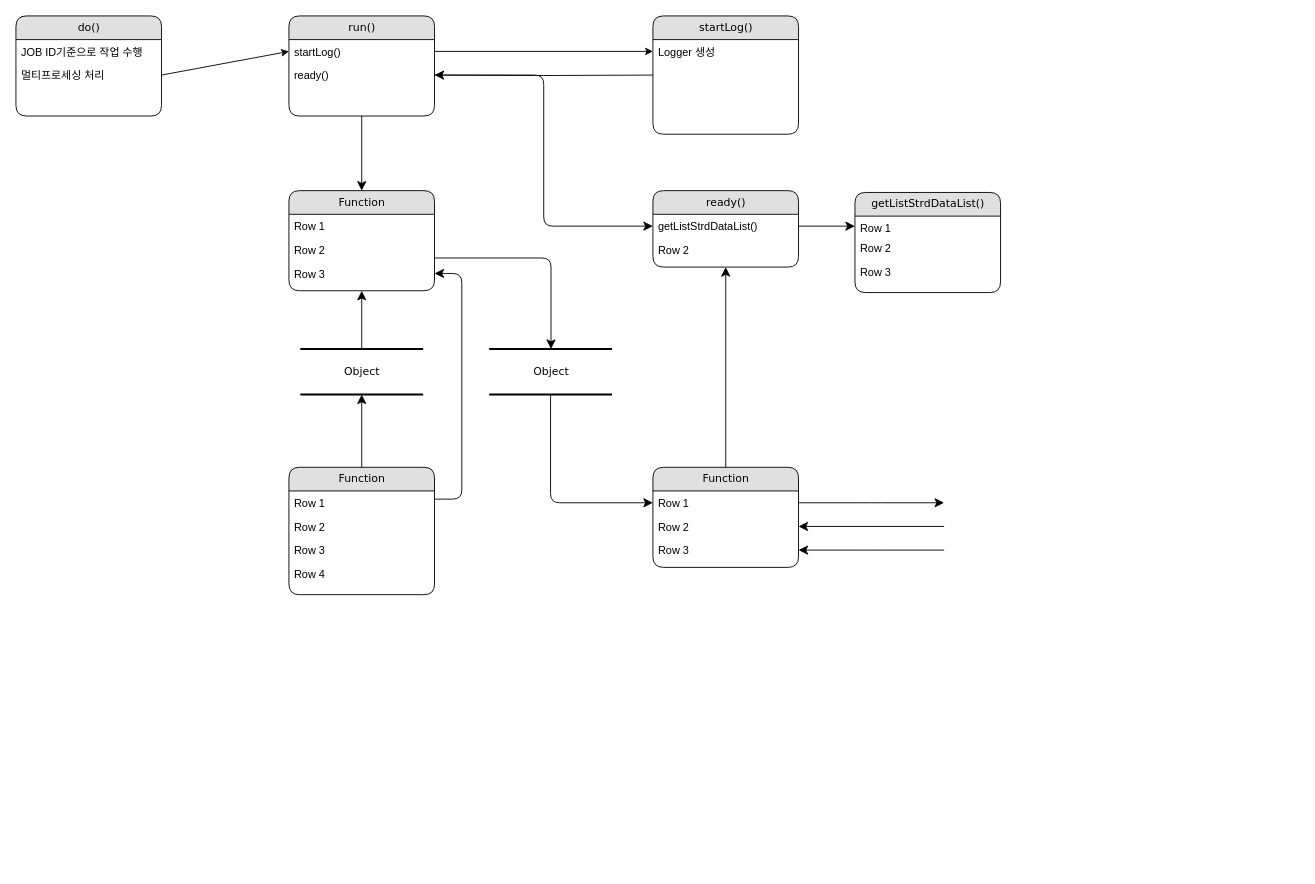
Above: 31.분석/3111.프로세스흐름도/Untitled Diagram.drawio in repproject/rep (draw.io), before the change. Source tidied: cells renumbered, new cells numbered last; positions are measured from the earlier drawing's top-left corner, leaving out a move shared by most shapes. Both pictures are drawn from the tidied source at 91%, with x=0, y=0 at pixel (15, 15).
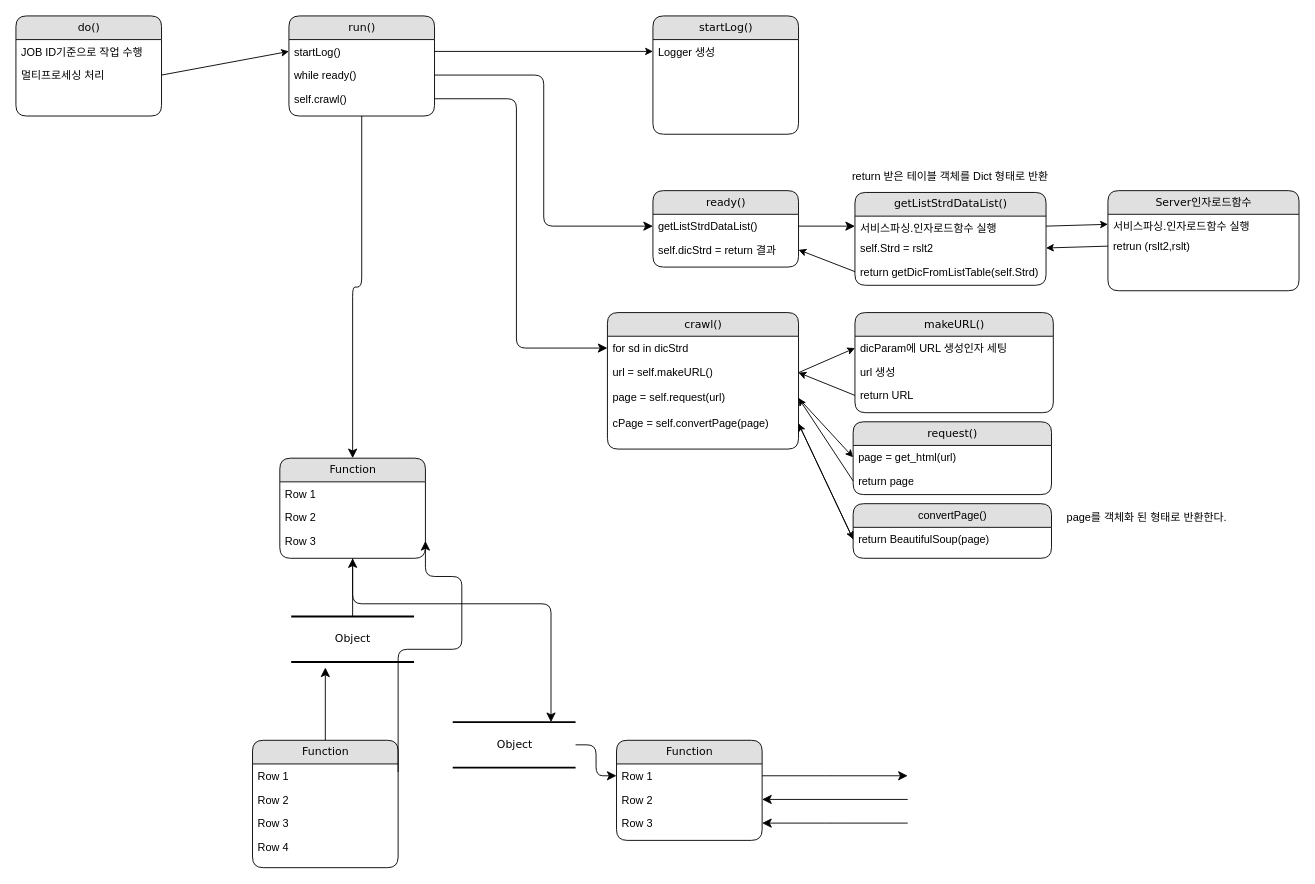
After the change.

Unchanged cells that the change refers to:
```xml
<mxCell id="3" value="run()" style="swimlane;html=1;fontStyle=0;horizontal=1;startSize=26;fillColor=#e0e0e0;swimlaneFillColor=#ffffff;align=center;rounded=1;shadow=0;comic=0;labelBackgroundColor=none;strokeWidth=1;fontFamily=Verdana;fontSize=12;" parent="1" vertex="1">
  <mxGeometry x="300" width="160" height="110" as="geometry" />
</mxCell>
<mxCell id="11" value="Row 3" style="text;html=1;strokeColor=none;fillColor=none;spacingLeft=4;spacingRight=4;whiteSpace=wrap;overflow=hidden;points=[[0,0.5],[1,0.5]];portConstraint=eastwest;" parent="8" vertex="1">
  <mxGeometry y="78" width="160" height="26" as="geometry" />
</mxCell>
<mxCell id="17" value="ready()" style="swimlane;html=1;fontStyle=0;horizontal=1;startSize=26;fillColor=#e0e0e0;swimlaneFillColor=#ffffff;align=center;rounded=1;shadow=0;comic=0;labelBackgroundColor=none;strokeWidth=1;fontFamily=Verdana;fontSize=12;" parent="1" vertex="1">
  <mxGeometry x="700" y="192" width="160" height="84" as="geometry" />
</mxCell>
<mxCell id="21" value="Row 1" style="text;html=1;strokeColor=none;fillColor=none;spacingLeft=4;spacingRight=4;whiteSpace=wrap;overflow=hidden;points=[[0,0.5],[1,0.5]];portConstraint=eastwest;" parent="20" vertex="1">
  <mxGeometry y="26" width="160" height="26" as="geometry" />
</mxCell>
<mxCell id="22" value="Row 2" style="text;html=1;strokeColor=none;fillColor=none;spacingLeft=4;spacingRight=4;whiteSpace=wrap;overflow=hidden;points=[[0,0.5],[1,0.5]];portConstraint=eastwest;" parent="20" vertex="1">
  <mxGeometry y="52" width="160" height="26" as="geometry" />
</mxCell>
<mxCell id="23" value="Row 3" style="text;html=1;strokeColor=none;fillColor=none;spacingLeft=4;spacingRight=4;whiteSpace=wrap;overflow=hidden;points=[[0,0.5],[1,0.5]];portConstraint=eastwest;" parent="20" vertex="1">
  <mxGeometry y="78" width="160" height="26" as="geometry" />
</mxCell>
```

What changed in the source:
```diff
@@
     <mxCell id="2" value="Object" style="html=1;rounded=0;shadow=0;comic=0;labelBackgroundColor=none;strokeWidth=2;fontFamily=Verdana;fontSize=12;align=center;shape=mxgraph.ios7ui.horLines;" parent="1" vertex="1">
-      <mxGeometry x="312.5" y="366" width="135" height="50" as="geometry" />
+      <mxGeometry x="302.5" y="660" width="135" height="50" as="geometry" />
     </mxCell>
@@
-    <mxCell id="5" value="ready()" style="text;html=1;strokeColor=none;fillColor=none;spacingLeft=4;spacingRight=4;whiteSpace=wrap;overflow=hidden;points=[[0,0.5],[1,0.5]];portConstraint=eastwest;" parent="3" vertex="1">
+    <mxCell id="5" value="while ready()" style="text;html=1;strokeColor=none;fillColor=none;spacingLeft=4;spacingRight=4;whiteSpace=wrap;overflow=hidden;points=[[0,0.5],[1,0.5]];portConstraint=eastwest;" parent="3" vertex="1">
       <mxGeometry y="52" width="160" height="26" as="geometry" />
     </mxCell>
+    <mxCell id="47" value="self.crawl()" style="text;html=1;strokeColor=none;fillColor=none;spacingLeft=4;spacingRight=4;whiteSpace=wrap;overflow=hidden;points=[[0,0.5],[1,0.5]];portConstraint=eastwest;" parent="3" vertex="1">
+      <mxGeometry y="78" width="160" height="26" as="geometry" />
+    </mxCell>
@@
     <mxCell id="8" value="Function" style="swimlane;html=1;fontStyle=0;horizontal=1;startSize=26;fillColor=#e0e0e0;swimlaneFillColor=#ffffff;align=center;rounded=1;shadow=0;comic=0;labelBackgroundColor=none;strokeWidth=1;fontFamily=Verdana;fontSize=12;" parent="1" vertex="1">
-      <mxGeometry x="300" y="192" width="160" height="110" as="geometry" />
+      <mxGeometry x="290" y="486" width="160" height="110" as="geometry" />
     </mxCell>
@@
     <mxCell id="12" value="Function" style="swimlane;html=1;fontStyle=0;horizontal=1;startSize=26;fillColor=#e0e0e0;swimlaneFillColor=#ffffff;align=center;rounded=1;shadow=0;comic=0;labelBackgroundColor=none;strokeWidth=1;fontFamily=Verdana;fontSize=12;" parent="1" vertex="1">
-      <mxGeometry x="300" y="496" width="160" height="140" as="geometry" />
+      <mxGeometry x="260" y="796" width="160" height="140" as="geometry" />
     </mxCell>
@@
-    <mxCell id="19" value="Row 2" style="text;html=1;strokeColor=none;fillColor=none;spacingLeft=4;spacingRight=4;whiteSpace=wrap;overflow=hidden;points=[[0,0.5],[1,0.5]];portConstraint=eastwest;" parent="17" vertex="1">
+    <mxCell id="19" value="self.dicStrd = return 결과" style="text;html=1;strokeColor=none;fillColor=none;spacingLeft=4;spacingRight=4;whiteSpace=wrap;overflow=hidden;points=[[0,0.5],[1,0.5]];portConstraint=eastwest;" parent="17" vertex="1">
       <mxGeometry y="52" width="160" height="26" as="geometry" />
     </mxCell>
     <mxCell id="20" value="Function" style="swimlane;html=1;fontStyle=0;horizontal=1;startSize=26;fillColor=#e0e0e0;swimlaneFillColor=#ffffff;align=center;rounded=1;shadow=0;comic=0;labelBackgroundColor=none;strokeWidth=1;fontFamily=Verdana;fontSize=12;" parent="1" vertex="1">
-      <mxGeometry x="700" y="496" width="160" height="110" as="geometry" />
+      <mxGeometry x="660" y="796" width="160" height="110" as="geometry" />
     </mxCell>
@@
     <mxCell id="24" value="Object" style="html=1;rounded=0;shadow=0;comic=0;labelBackgroundColor=none;strokeWidth=2;fontFamily=Verdana;fontSize=12;align=center;shape=mxgraph.ios7ui.horLines;" parent="1" vertex="1">
-      <mxGeometry x="520" y="366" width="135" height="50" as="geometry" />
+      <mxGeometry x="480" y="776" width="135" height="50" as="geometry" />
     </mxCell>
-    <mxCell id="25" style="edgeStyle=none;html=1;labelBackgroundColor=none;startFill=0;startSize=8;endFill=1;endSize=8;fontFamily=Verdana;fontSize=12;" parent="1" edge="1" source="12" target="2">
-      <mxGeometry relative="1" as="geometry" />
+    <mxCell id="25" style="edgeStyle=none;html=1;labelBackgroundColor=none;startFill=0;startSize=8;endFill=1;endSize=8;fontFamily=Verdana;fontSize=12;" parent="1" edge="1" source="12">
+      <mxGeometry relative="1" as="geometry">
+        <mxPoint x="340" y="716" as="targetPoint" />
+      </mxGeometry>
     </mxCell>
@@
     <mxCell id="27" style="edgeStyle=orthogonalEdgeStyle;html=1;labelBackgroundColor=none;startFill=0;startSize=8;endFill=1;endSize=8;fontFamily=Verdana;fontSize=12;exitX=1;exitY=0.25;entryX=1;entryY=0.5;" parent="1" edge="1" source="12" target="11">
       <mxGeometry relative="1" as="geometry">
         <Array as="points">
-          <mxPoint x="490" y="531" />
-          <mxPoint x="490" y="283" />
+          <mxPoint x="420" y="696" />
+          <mxPoint x="490" y="696" />
+          <mxPoint x="490" y="616" />
+          <mxPoint x="450" y="616" />
         </Array>
       </mxGeometry>
     </mxCell>
@@
     <mxCell id="29" style="edgeStyle=orthogonalEdgeStyle;html=1;labelBackgroundColor=none;startFill=0;startSize=8;endFill=1;endSize=8;fontFamily=Verdana;fontSize=12;" parent="1" edge="1" source="8" target="24">
       <mxGeometry relative="1" as="geometry">
         <Array as="points">
-          <mxPoint x="588" y="266" />
+          <mxPoint x="370" y="646" />
+          <mxPoint x="588" y="646" />
         </Array>
       </mxGeometry>
     </mxCell>
@@
-    <mxCell id="31" style="edgeStyle=orthogonalEdgeStyle;html=1;labelBackgroundColor=none;startFill=0;startSize=8;endFill=1;endSize=8;fontFamily=Verdana;fontSize=12;" parent="1" edge="1" source="20" target="17">
-      <mxGeometry relative="1" as="geometry" />
-    </mxCell>
-    <mxCell id="32" style="edgeStyle=orthogonalEdgeStyle;html=1;exitX=0;exitY=0.5;entryX=1;entryY=0.5;labelBackgroundColor=none;startFill=0;startSize=8;endFill=1;endSize=8;fontFamily=Verdana;fontSize=12;exitDx=0;exitDy=0;entryDx=0;entryDy=0;" parent="1" edge="1" target="5">
-      <mxGeometry relative="1" as="geometry">
-        <mxPoint x="700" y="65" as="sourcePoint" />
-      </mxGeometry>
-    </mxCell>
@@
     <mxCell id="35" style="edgeStyle=orthogonalEdgeStyle;html=1;exitX=1;exitY=0.5;labelBackgroundColor=none;startFill=0;startSize=8;endFill=1;endSize=8;fontFamily=Verdana;fontSize=12;" parent="1" edge="1" source="21">
       <mxGeometry relative="1" as="geometry">
-        <mxPoint x="1020" y="535" as="targetPoint" />
+        <mxPoint x="980" y="835" as="targetPoint" />
       </mxGeometry>
     </mxCell>
     <mxCell id="36" style="edgeStyle=orthogonalEdgeStyle;html=1;labelBackgroundColor=none;startFill=0;startSize=8;endFill=1;endSize=8;fontFamily=Verdana;fontSize=12;entryX=1;entryY=0.5;" parent="1" edge="1" target="22">
       <mxGeometry relative="1" as="geometry">
-        <mxPoint x="1020" y="561" as="sourcePoint" />
+        <mxPoint x="980" y="861" as="sourcePoint" />
         <Array as="points">
-          <mxPoint x="1020" y="561" />
+          <mxPoint x="980" y="861" />
         </Array>
       </mxGeometry>
     </mxCell>
     <mxCell id="37" style="edgeStyle=orthogonalEdgeStyle;html=1;labelBackgroundColor=none;startFill=0;startSize=8;endFill=1;endSize=8;fontFamily=Verdana;fontSize=12;entryX=1;entryY=0.5;" parent="1" edge="1" target="23">
       <mxGeometry relative="1" as="geometry">
-        <mxPoint x="1020" y="587" as="sourcePoint" />
+        <mxPoint x="980" y="887" as="sourcePoint" />
         <Array as="points">
-          <mxPoint x="940" y="587" />
-          <mxPoint x="940" y="587" />
+          <mxPoint x="900" y="887" />
+          <mxPoint x="900" y="887" />
         </Array>
       </mxGeometry>
     </mxCell>
@@
     <mxCell id="43" value="getListStrdDataList()" style="swimlane;html=1;fontStyle=0;horizontal=1;startSize=26;fillColor=#e0e0e0;swimlaneFillColor=#ffffff;align=center;rounded=1;shadow=0;comic=0;labelBackgroundColor=none;strokeWidth=1;fontFamily=Verdana;fontSize=12;" parent="1" vertex="1">
-      <mxGeometry x="922" y="194" width="160" height="110" as="geometry" />
+      <mxGeometry x="922" y="194" width="210" height="102" as="geometry" />
     </mxCell>
-    <mxCell id="44" value="Row 1" style="text;html=1;strokeColor=none;fillColor=none;spacingLeft=4;spacingRight=4;whiteSpace=wrap;overflow=hidden;points=[[0,0.5],[1,0.5]];portConstraint=eastwest;" parent="43" vertex="1">
-      <mxGeometry y="26" width="160" height="22" as="geometry" />
+    <mxCell id="44" value="서비스파싱.인자로드함수 실행" style="text;html=1;strokeColor=none;fillColor=none;spacingLeft=4;spacingRight=4;whiteSpace=wrap;overflow=hidden;points=[[0,0.5],[1,0.5]];portConstraint=eastwest;" parent="43" vertex="1">
+      <mxGeometry y="26" width="210" height="22" as="geometry" />
     </mxCell>
-    <mxCell id="45" value="Row 2" style="text;html=1;strokeColor=none;fillColor=none;spacingLeft=4;spacingRight=4;whiteSpace=wrap;overflow=hidden;points=[[0,0.5],[1,0.5]];portConstraint=eastwest;" parent="43" vertex="1">
-      <mxGeometry y="48" width="160" height="26" as="geometry" />
+    <mxCell id="45" value="self.Strd = rslt2" style="text;html=1;strokeColor=none;fillColor=none;spacingLeft=4;spacingRight=4;whiteSpace=wrap;overflow=hidden;points=[[0,0.5],[1,0.5]];portConstraint=eastwest;" parent="43" vertex="1">
+      <mxGeometry y="48" width="210" height="26" as="geometry" />
     </mxCell>
-    <mxCell id="46" value="Row 3" style="text;html=1;strokeColor=none;fillColor=none;spacingLeft=4;spacingRight=4;whiteSpace=wrap;overflow=hidden;" parent="43" vertex="1">
-      <mxGeometry y="74" width="160" height="26" as="geometry" />
-    </mxCell>
+    <mxCell id="48" value="return getDicFromListTable(self.Strd)" style="text;html=1;strokeColor=none;fillColor=none;spacingLeft=4;spacingRight=4;whiteSpace=wrap;overflow=hidden;points=[[0,0.5],[1,0.5]];portConstraint=eastwest;" parent="43" vertex="1">
+      <mxGeometry y="74" width="210" height="26" as="geometry" />
+    </mxCell>
+    <mxCell id="49" value="Server인자로드함수" style="swimlane;html=1;fontStyle=0;horizontal=1;startSize=26;fillColor=#e0e0e0;swimlaneFillColor=#ffffff;align=center;rounded=1;shadow=0;comic=0;labelBackgroundColor=none;strokeWidth=1;fontFamily=Verdana;fontSize=12;" parent="1" vertex="1">
+      <mxGeometry x="1200" y="192" width="210" height="110" as="geometry" />
+    </mxCell>
+    <mxCell id="50" value="서비스파싱.인자로드함수 실행" style="text;html=1;strokeColor=none;fillColor=none;spacingLeft=4;spacingRight=4;whiteSpace=wrap;overflow=hidden;points=[[0,0.5],[1,0.5]];portConstraint=eastwest;" parent="49" vertex="1">
+      <mxGeometry y="26" width="210" height="22" as="geometry" />
+    </mxCell>
+    <mxCell id="51" value="retrun (rslt2,rslt)" style="text;html=1;strokeColor=none;fillColor=none;spacingLeft=4;spacingRight=4;whiteSpace=wrap;overflow=hidden;points=[[0,0.5],[1,0.5]];portConstraint=eastwest;" parent="49" vertex="1">
+      <mxGeometry y="48" width="210" height="26" as="geometry" />
+    </mxCell>
+    <mxCell id="52" style="endArrow=classic;html=1;rounded=0;exitX=1;exitY=0.5;exitDx=0;exitDy=0;entryX=0;entryY=0.5;entryDx=0;entryDy=0;" parent="1" edge="1" source="44" target="50">
+      <mxGeometry relative="1" as="geometry" />
+    </mxCell>
+    <mxCell id="53" value="return 받은 테이블 객체를 Dict 형태로 반환" style="text;html=1;strokeColor=none;fillColor=none;align=center;verticalAlign=middle;whiteSpace=wrap;rounded=0;" parent="1" vertex="1">
+      <mxGeometry x="908" y="162" width="238" height="30" as="geometry" />
+    </mxCell>
+    <mxCell id="54" style="endArrow=classic;html=1;rounded=0;exitX=0;exitY=0.5;exitDx=0;exitDy=0;entryX=1;entryY=0.5;entryDx=0;entryDy=0;" parent="1" edge="1" source="51" target="45">
+      <mxGeometry relative="1" as="geometry" />
+    </mxCell>
+    <mxCell id="55" style="endArrow=classic;html=1;rounded=0;exitX=0;exitY=0.5;exitDx=0;exitDy=0;entryX=1;entryY=0.5;entryDx=0;entryDy=0;" parent="1" edge="1" source="48" target="19">
+      <mxGeometry relative="1" as="geometry" />
+    </mxCell>
+    <mxCell id="56" value="crawl()" style="swimlane;html=1;fontStyle=0;horizontal=1;startSize=26;fillColor=#e0e0e0;swimlaneFillColor=#ffffff;align=center;rounded=1;shadow=0;comic=0;labelBackgroundColor=none;strokeWidth=1;fontFamily=Verdana;fontSize=12;" parent="1" vertex="1">
+      <mxGeometry x="650" y="326" width="210" height="150" as="geometry" />
+    </mxCell>
+    <mxCell id="57" value="for sd in dicStrd" style="text;html=1;strokeColor=none;fillColor=none;spacingLeft=4;spacingRight=4;whiteSpace=wrap;overflow=hidden;points=[[0,0.5],[1,0.5]];portConstraint=eastwest;" parent="56" vertex="1">
+      <mxGeometry y="26" width="210" height="26" as="geometry" />
+    </mxCell>
+    <mxCell id="58" value="url = self.makeURL()" style="text;html=1;strokeColor=none;fillColor=none;spacingLeft=4;spacingRight=4;whiteSpace=wrap;overflow=hidden;points=[[0,0.5],[1,0.5]];portConstraint=eastwest;" parent="56" vertex="1">
+      <mxGeometry y="52" width="210" height="28" as="geometry" />
+    </mxCell>
+    <mxCell id="59" value="page = self.request(url)" style="text;html=1;strokeColor=none;fillColor=none;spacingLeft=4;spacingRight=4;whiteSpace=wrap;overflow=hidden;points=[[0,0.5],[1,0.5]];portConstraint=eastwest;" parent="56" vertex="1">
+      <mxGeometry y="80" width="210" height="28" as="geometry" />
+    </mxCell>
+    <mxCell id="60" value="cPage = self.convertPage(page)" style="text;html=1;strokeColor=none;fillColor=none;spacingLeft=4;spacingRight=4;whiteSpace=wrap;overflow=hidden;points=[[0,0.5],[1,0.5]];portConstraint=eastwest;" parent="56" vertex="1">
+      <mxGeometry y="108" width="210" height="28" as="geometry" />
+    </mxCell>
+    <mxCell id="61" style="edgeStyle=orthogonalEdgeStyle;html=1;exitX=1;exitY=0.5;entryX=0;entryY=0.5;labelBackgroundColor=none;startFill=0;startSize=8;endFill=1;endSize=8;fontFamily=Verdana;fontSize=12;exitDx=0;exitDy=0;entryDx=0;entryDy=0;" parent="1" edge="1" source="47" target="57">
+      <mxGeometry relative="1" as="geometry">
+        <Array as="points">
+          <mxPoint x="550" y="91" />
+          <mxPoint x="550" y="365" />
+        </Array>
+      </mxGeometry>
+    </mxCell>
+    <mxCell id="62" value="makeURL()" style="swimlane;html=1;fontStyle=0;horizontal=1;startSize=26;fillColor=#e0e0e0;swimlaneFillColor=#ffffff;align=center;rounded=1;shadow=0;comic=0;labelBackgroundColor=none;strokeWidth=1;fontFamily=Verdana;fontSize=12;" parent="1" vertex="1">
+      <mxGeometry x="922" y="326" width="218" height="110" as="geometry" />
+    </mxCell>
+    <mxCell id="63" value="dicParam에 URL 생성인자 세팅" style="text;html=1;strokeColor=none;fillColor=none;spacingLeft=4;spacingRight=4;whiteSpace=wrap;overflow=hidden;points=[[0,0.5],[1,0.5]];portConstraint=eastwest;" parent="62" vertex="1">
+      <mxGeometry y="26" width="218" height="26" as="geometry" />
+    </mxCell>
+    <mxCell id="64" value="url 생성" style="text;html=1;strokeColor=none;fillColor=none;spacingLeft=4;spacingRight=4;whiteSpace=wrap;overflow=hidden;" parent="62" vertex="1">
+      <mxGeometry y="52" width="218" height="26" as="geometry" />
+    </mxCell>
+    <mxCell id="65" value="return URL" style="text;html=1;strokeColor=none;fillColor=none;spacingLeft=4;spacingRight=4;whiteSpace=wrap;overflow=hidden;points=[[0,0.5],[1,0.5]];portConstraint=eastwest;" parent="62" vertex="1">
+      <mxGeometry y="78" width="218" height="26" as="geometry" />
+    </mxCell>
+    <mxCell id="66" style="endArrow=classic;html=1;rounded=0;exitX=1;exitY=0.5;exitDx=0;exitDy=0;entryX=0;entryY=0.5;entryDx=0;entryDy=0;" parent="1" edge="1" source="58" target="63">
+      <mxGeometry relative="1" as="geometry" />
+    </mxCell>
+    <mxCell id="67" style="endArrow=classic;html=1;rounded=0;exitX=0;exitY=0.5;exitDx=0;exitDy=0;entryX=1;entryY=0.5;entryDx=0;entryDy=0;" parent="1" edge="1" source="65" target="58">
+      <mxGeometry relative="1" as="geometry" />
+    </mxCell>
+    <mxCell id="68" value="request()" style="swimlane;html=1;fontStyle=0;horizontal=1;startSize=26;fillColor=#e0e0e0;swimlaneFillColor=#ffffff;align=center;rounded=1;shadow=0;comic=0;labelBackgroundColor=none;strokeWidth=1;fontFamily=Verdana;fontSize=12;" parent="1" vertex="1">
+      <mxGeometry x="920" y="446" width="218" height="80" as="geometry" />
+    </mxCell>
+    <mxCell id="69" value="page = get_html(url)" style="text;html=1;strokeColor=none;fillColor=none;spacingLeft=4;spacingRight=4;whiteSpace=wrap;overflow=hidden;points=[[0,0.5],[1,0.5]];portConstraint=eastwest;" parent="68" vertex="1">
+      <mxGeometry y="26" width="218" height="26" as="geometry" />
+    </mxCell>
+    <mxCell id="70" value="return page" style="text;html=1;strokeColor=none;fillColor=none;spacingLeft=4;spacingRight=4;whiteSpace=wrap;overflow=hidden;points=[[0,0.5],[1,0.5]];portConstraint=eastwest;" parent="68" vertex="1">
+      <mxGeometry y="52" width="218" height="26" as="geometry" />
+    </mxCell>
+    <mxCell id="71" style="endArrow=classic;html=1;rounded=0;exitX=1;exitY=0.5;exitDx=0;exitDy=0;entryX=0;entryY=0.5;entryDx=0;entryDy=0;" parent="1" edge="1" source="59" target="69">
+      <mxGeometry relative="1" as="geometry" />
+    </mxCell>
+    <mxCell id="72" style="endArrow=classic;html=1;rounded=0;exitX=0;exitY=0.5;exitDx=0;exitDy=0;entryX=1;entryY=0.5;entryDx=0;entryDy=0;" parent="1" edge="1" source="70" target="59">
+      <mxGeometry relative="1" as="geometry" />
+    </mxCell>
+    <mxCell id="73" value="&lt;span style=&quot;font-family: Helvetica; text-align: left;&quot;&gt;convertPage()&lt;/span&gt;" style="swimlane;html=1;fontStyle=0;horizontal=1;startSize=26;fillColor=#e0e0e0;swimlaneFillColor=#ffffff;align=center;rounded=1;shadow=0;comic=0;labelBackgroundColor=none;strokeWidth=1;fontFamily=Verdana;fontSize=12;" parent="1" vertex="1">
+      <mxGeometry x="920" y="536" width="218" height="60" as="geometry" />
+    </mxCell>
+    <mxCell id="74" value="return BeautifulSoup(page)" style="text;html=1;strokeColor=none;fillColor=none;spacingLeft=4;spacingRight=4;whiteSpace=wrap;overflow=hidden;points=[[0,0.5],[1,0.5]];portConstraint=eastwest;" parent="73" vertex="1">
+      <mxGeometry y="26" width="218" height="26" as="geometry" />
+    </mxCell>
+    <mxCell id="75" style="endArrow=classic;html=1;rounded=0;exitX=1;exitY=0.5;exitDx=0;exitDy=0;entryX=0;entryY=0.5;entryDx=0;entryDy=0;" parent="1" edge="1" source="60" target="74">
+      <mxGeometry relative="1" as="geometry" />
+    </mxCell>
+    <mxCell id="76" style="endArrow=classic;html=1;rounded=0;entryX=1;entryY=0.5;entryDx=0;entryDy=0;exitX=0;exitY=0.5;exitDx=0;exitDy=0;" parent="1" edge="1" source="74" target="60">
+      <mxGeometry relative="1" as="geometry" />
+    </mxCell>
+    <mxCell id="77" value="page를 객체화 된 형태로 반환한다." style="text;html=1;strokeColor=none;fillColor=none;align=center;verticalAlign=middle;whiteSpace=wrap;rounded=0;" parent="1" vertex="1">
+      <mxGeometry x="1146" y="536" width="194" height="30" as="geometry" />
+    </mxCell>
```
